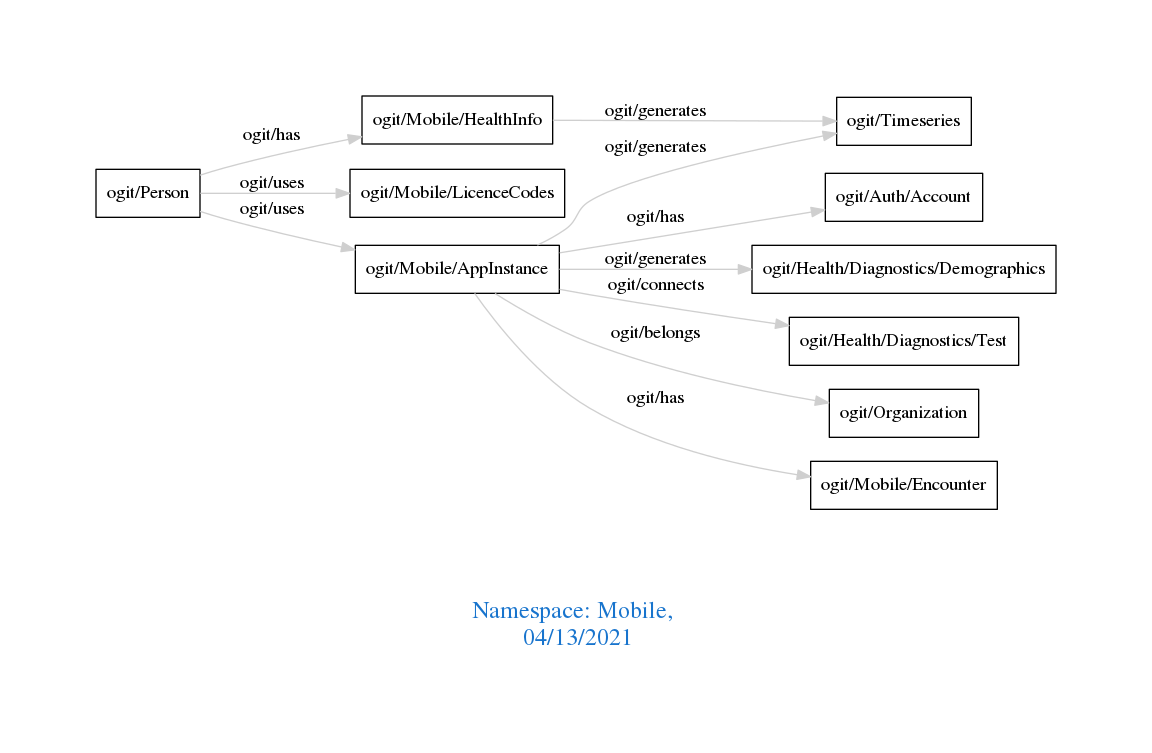
Above: downloads/Mobile.png in arago/OGIT (Graphviz), before the change. Its source is kept beside it as downloads/Mobile.dot.
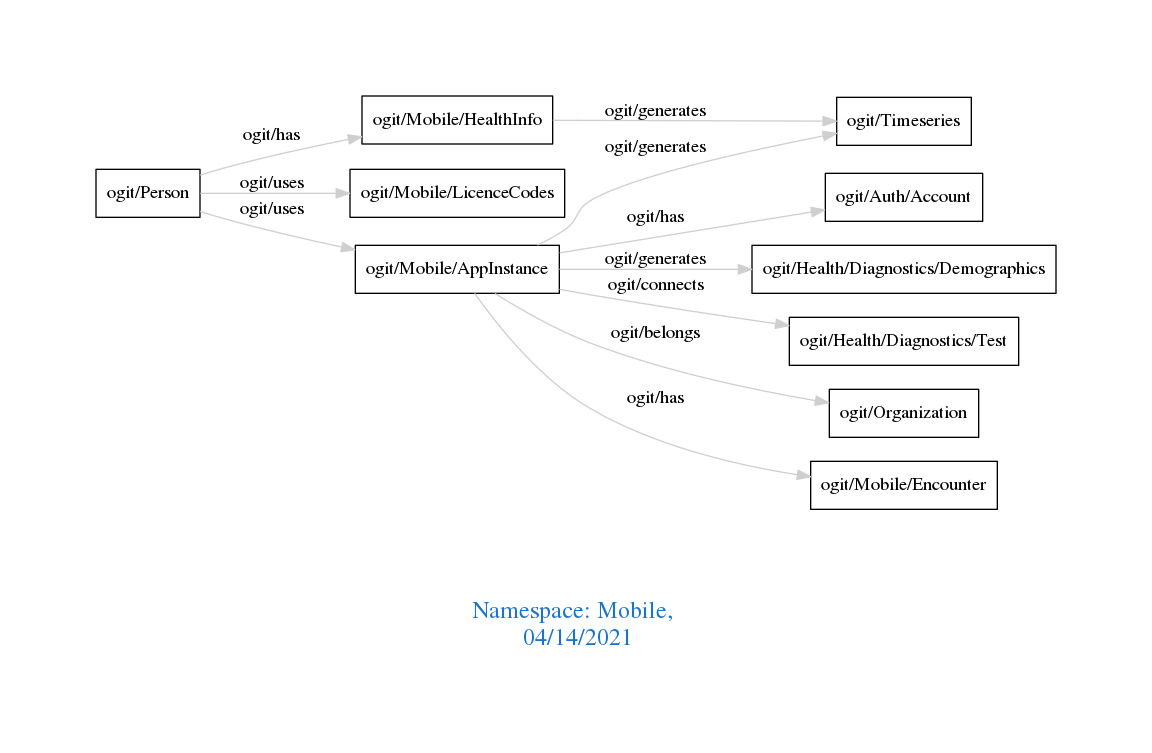
The same file after the commit.

Change to the diagram source:
```diff
@@ -1,7 +1,7 @@
 digraph OGIT_ontology {
  graph [ rankdir= LR,pad=1
 fontsize = 18,
-fontcolor= dodgerblue3,label = "\n\n\nNamespace: Mobile, \n 04/13/2021"];
+fontcolor= dodgerblue3,label = "\n\n\nNamespace: Mobile, \n 04/14/2021"];
 node[shape=polygon];
 edge [  color="gray81"];
 
```
